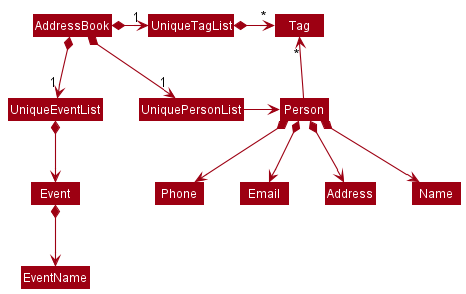
The PlantUML diagram docs/images/BetterModelClassDiagram.png in ryanongra/tp, before a commit. Source of this version:
```plantuml
@startuml
!include style.puml
skinparam arrowThickness 1.1
skinparam arrowColor MODEL_COLOR
skinparam classBackgroundColor MODEL_COLOR

AddressBook *-down-> "1" UniqueEventList
AddressBook *-right-> "1" UniquePersonList
AddressBook *-right-> "1" UniqueTagList
UniqueTagList -[hidden]down- UniquePersonList
UniqueTagList -[hidden]down- UniquePersonList

UniqueTagList *-right-> "*" Tag
UniqueEventList *-down-> Event
UniquePersonList -right-> Person

Person -up-> "*" Tag

Person *--> Name
Person *--> Phone
Person *--> Email
Person *--> Address

Event *--> EventName
@enduml
```
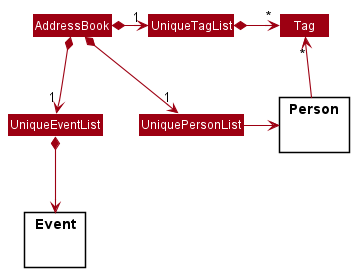
The same file after the commit.

Commit message:
Update DG with event and person abstractions

What changed in the source:
```diff
@@ -3,6 +3,9 @@
 skinparam arrowThickness 1.1
 skinparam arrowColor MODEL_COLOR
 skinparam classBackgroundColor MODEL_COLOR
+
+package Person {}
+package Event {}
 
 AddressBook *-down-> "1" UniqueEventList
 AddressBook *-right-> "1" UniquePersonList
@@ -15,11 +18,4 @@
 UniquePersonList -right-> Person
 
 Person -up-> "*" Tag
-
-Person *--> Name
-Person *--> Phone
-Person *--> Email
-Person *--> Address
-
-Event *--> EventName
 @enduml
```
